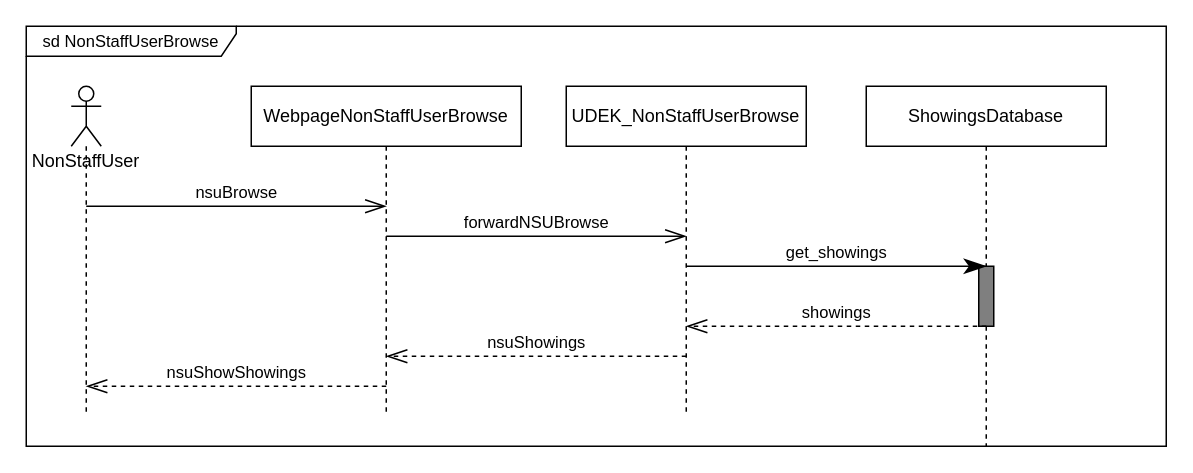
Earlier version of the draw.io diagram a05_sequence_diagram_r04r08.drawio (melvdlin/swtlab). Source tidied: cells renumbered, new cells numbered last; positions are measured from the earlier drawing's top-left corner, leaving out a move shared by most shapes. Both pictures are drawn from the tidied source at 150%, with x=0, y=0 at pixel (26, 26).
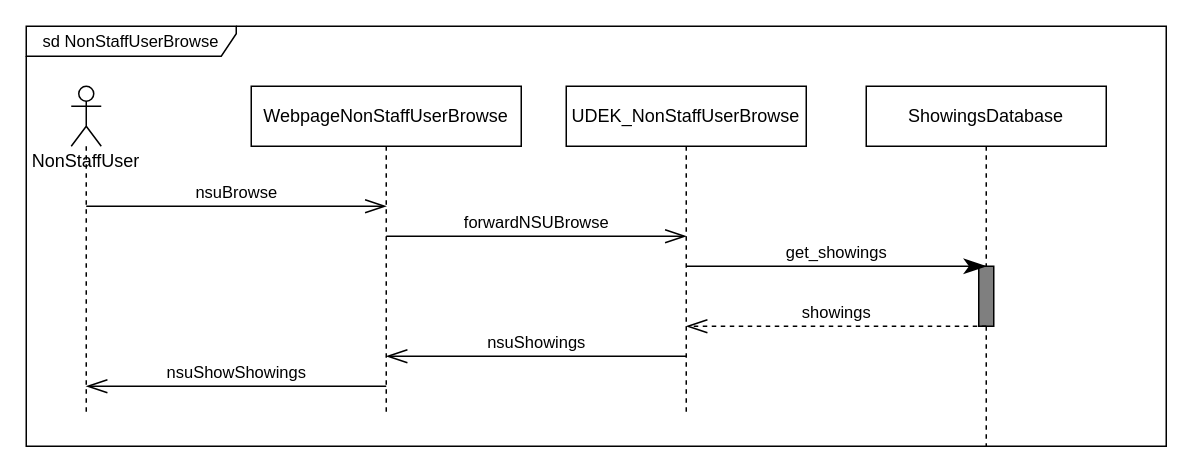
The same diagram, later.

The edit, as a diff of the source:
```diff
@@
-    <mxCell id="14" value="nsuShowings" style="endArrow=openThin;html=1;rounded=0;labelBackgroundColor=default;fontFamily=Helvetica;fontSize=11;fontColor=default;startSize=12;endSize=12;strokeColor=default;shape=connector;endFill=0;verticalAlign=bottom;dashed=1;" parent="11" edge="1">
+    <mxCell id="14" value="nsuShowings" style="endArrow=openThin;html=1;rounded=0;labelBackgroundColor=default;fontFamily=Helvetica;fontSize=11;fontColor=default;startSize=12;endSize=12;strokeColor=default;shape=connector;endFill=0;verticalAlign=bottom;" parent="11" edge="1">
       <mxGeometry relative="1" as="geometry">
         <mxPoint x="440" y="220" as="sourcePoint" />
         <mxPoint x="240" y="220" as="targetPoint" />
       </mxGeometry>
     </mxCell>
-    <mxCell id="15" value="nsuShowShowings" style="endArrow=openThin;html=1;rounded=0;labelBackgroundColor=default;fontFamily=Helvetica;fontSize=11;fontColor=default;startSize=12;endSize=12;strokeColor=default;shape=connector;endFill=0;verticalAlign=bottom;dashed=1;" parent="11" edge="1">
+    <mxCell id="15" value="nsuShowShowings" style="endArrow=openThin;html=1;rounded=0;labelBackgroundColor=default;fontFamily=Helvetica;fontSize=11;fontColor=default;startSize=12;endSize=12;strokeColor=default;shape=connector;endFill=0;verticalAlign=bottom;" parent="11" edge="1">
       <mxGeometry relative="1" as="geometry">
         <mxPoint x="240" y="240" as="sourcePoint" />
         <mxPoint x="40" y="240" as="targetPoint" />
       </mxGeometry>
     </mxCell>
```
